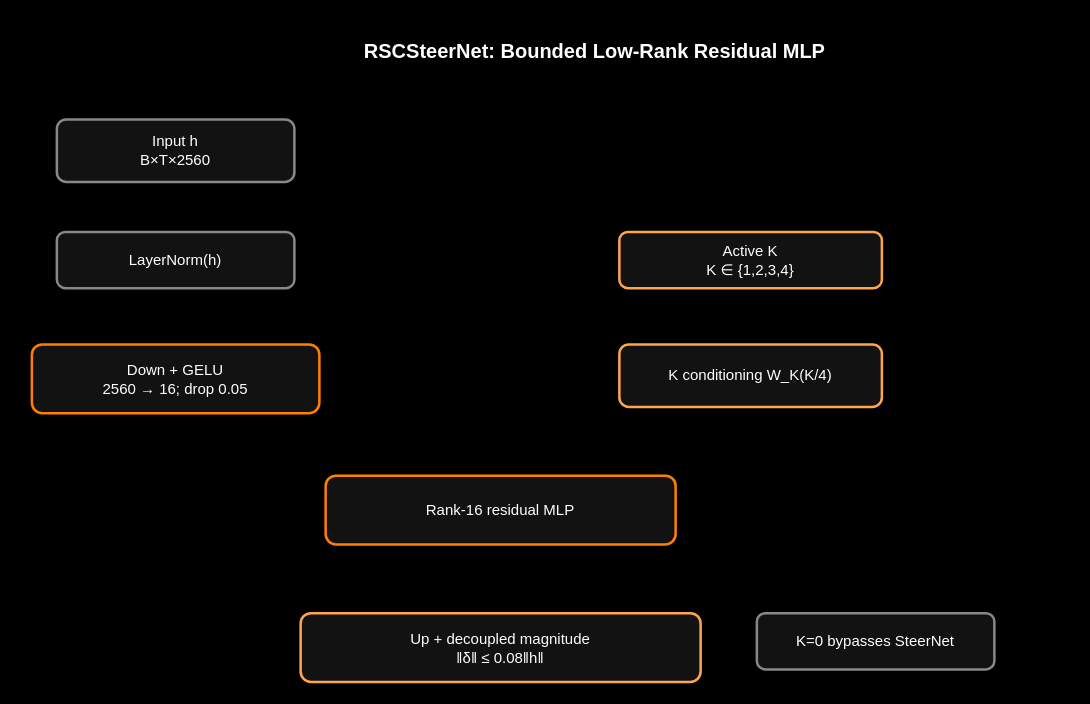
Abdullah182155/adaptive-residual-steering keeps this draw.io diagram as diagrams/diagram_steernet.drawio. Above is the earlier version. Source tidied: cells renumbered, new cells numbered last; positions are measured from the earlier drawing's top-left corner, leaving out a move shared by most shapes. Both pictures are drawn from the tidied source at 125%, with x=0, y=0 at pixel (31, 31).
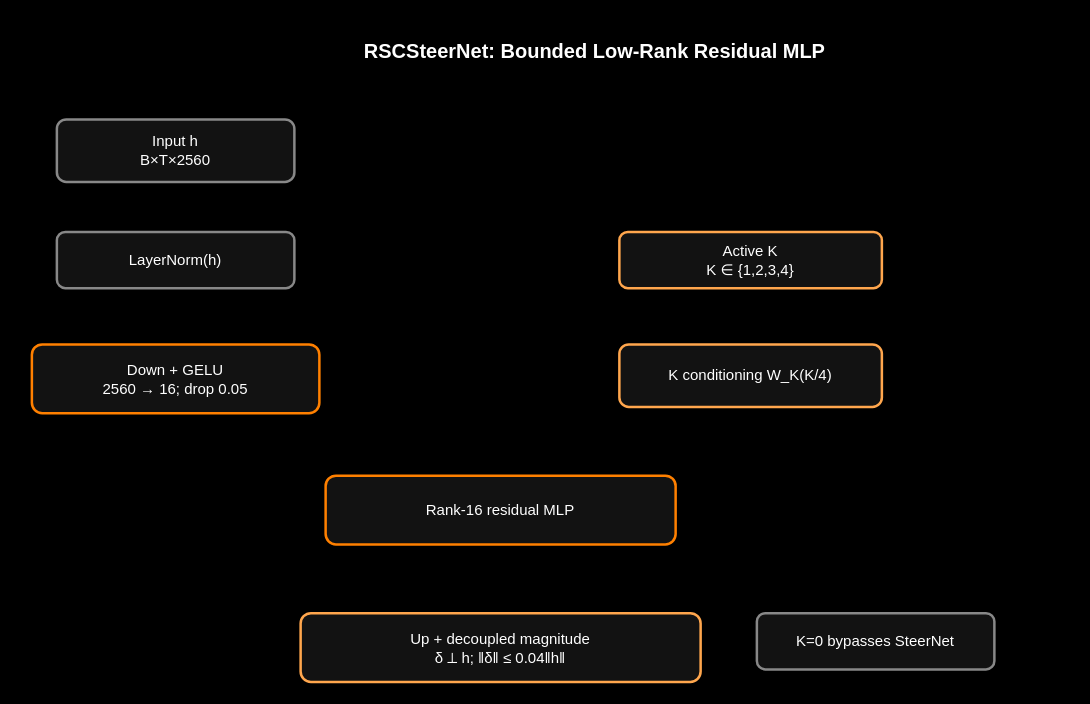
After the change.

Change to the diagram source:
```diff
@@
 <mxGraphModel background="#000000">
   <root>
     <mxCell id="0" />
     <mxCell id="1" parent="0" />
     <mxCell id="2" value="&lt;b&gt;RSCSteerNet: Bounded Low-Rank Residual MLP&lt;/b&gt;" style="text;html=1;strokeColor=none;fillColor=none;align=center;verticalAlign=middle;fontSize=16;fontColor=#ffffff;" parent="1" vertex="1">
       <mxGeometry x="70" width="760" height="30" as="geometry" />
     </mxCell>
     <mxCell id="3" value="Input h&lt;br&gt;B×T×2560" style="rounded=1;whiteSpace=wrap;html=1;fillColor=#121212;strokeColor=#888888;fontColor=#ffffff;strokeWidth=2;" parent="1" vertex="1">
       <mxGeometry x="20" y="70" width="190" height="50" as="geometry" />
     </mxCell>
     <mxCell id="4" value="LayerNorm(h)" style="rounded=1;whiteSpace=wrap;html=1;fillColor=#121212;strokeColor=#888888;fontColor=#ffffff;strokeWidth=2;" parent="1" vertex="1">
       <mxGeometry x="20" y="160" width="190" height="45" as="geometry" />
     </mxCell>
     <mxCell id="5" value="Down + GELU&lt;br&gt;2560 → 16; drop 0.05" style="rounded=1;whiteSpace=wrap;html=1;fillColor=#121212;strokeColor=#ff8000;fontColor=#ffffff;strokeWidth=2;" parent="1" vertex="1">
       <mxGeometry y="250" width="230" height="55" as="geometry" />
     </mxCell>
     <mxCell id="6" value="Active K&lt;br&gt;K ∈ {1,2,3,4}" style="rounded=1;whiteSpace=wrap;html=1;fillColor=#121212;strokeColor=#ffa64d;fontColor=#ffffff;strokeWidth=2;" parent="1" vertex="1">
       <mxGeometry x="470" y="160" width="210" height="45" as="geometry" />
     </mxCell>
     <mxCell id="7" value="K conditioning W_K(K/4)" style="rounded=1;whiteSpace=wrap;html=1;fillColor=#121212;strokeColor=#ffa64d;fontColor=#ffffff;strokeWidth=2;" parent="1" vertex="1">
       <mxGeometry x="470" y="250" width="210" height="50" as="geometry" />
     </mxCell>
     <mxCell id="8" value="Rank-16 residual MLP" style="rounded=1;whiteSpace=wrap;html=1;fillColor=#121212;strokeColor=#ff8000;fontColor=#ffffff;strokeWidth=2;" parent="1" vertex="1">
       <mxGeometry x="235" y="355" width="280" height="55" as="geometry" />
     </mxCell>
-    <mxCell id="9" value="Up + decoupled magnitude&lt;br&gt;‖δ‖ ≤ 0.08‖h‖" style="rounded=1;whiteSpace=wrap;html=1;fillColor=#121212;strokeColor=#ffa64d;fontColor=#ffffff;strokeWidth=2;" parent="1" vertex="1">
+    <mxCell id="9" value="Up + decoupled magnitude&lt;br&gt;δ ⟂ h; ‖δ‖ ≤ 0.04‖h‖" style="rounded=1;whiteSpace=wrap;html=1;fillColor=#121212;strokeColor=#ffa64d;fontColor=#ffffff;strokeWidth=2;" parent="1" vertex="1">
       <mxGeometry x="215" y="465" width="320" height="55" as="geometry" />
     </mxCell>
     <mxCell id="10" value="K=0 bypasses SteerNet" style="rounded=1;whiteSpace=wrap;html=1;fillColor=#121212;strokeColor=#888888;fontColor=#ffffff;strokeWidth=2;" parent="1" vertex="1">
       <mxGeometry x="580" y="465" width="190" height="45" as="geometry" />
     </mxCell>
     <mxCell id="11" style="edgeStyle=orthogonalEdgeStyle;rounded=0;strokeColor=#888888;strokeWidth=2;endArrow=block;" parent="1" edge="1" source="3" target="4" />
     <mxCell id="12" style="edgeStyle=orthogonalEdgeStyle;rounded=0;strokeColor=#ff8000;strokeWidth=2;endArrow=block;" parent="1" edge="1" source="4" target="5" />
     <mxCell id="13" style="edgeStyle=orthogonalEdgeStyle;rounded=0;strokeColor=#ff8000;strokeWidth=2;endArrow=block;" parent="1" edge="1" source="5" target="8" />
     <mxCell id="14" style="edgeStyle=orthogonalEdgeStyle;rounded=0;strokeColor=#ffa64d;strokeWidth=2;endArrow=block;" parent="1" edge="1" source="6" target="7" />
     <mxCell id="15" style="edgeStyle=orthogonalEdgeStyle;rounded=0;strokeColor=#ffa64d;strokeWidth=2;endArrow=block;" parent="1" edge="1" source="7" target="8" />
     <mxCell id="16" style="edgeStyle=orthogonalEdgeStyle;rounded=0;strokeColor=#ffa64d;strokeWidth=2;endArrow=block;" parent="1" edge="1" source="8" target="9" />
   </root>
 </mxGraphModel>
```
